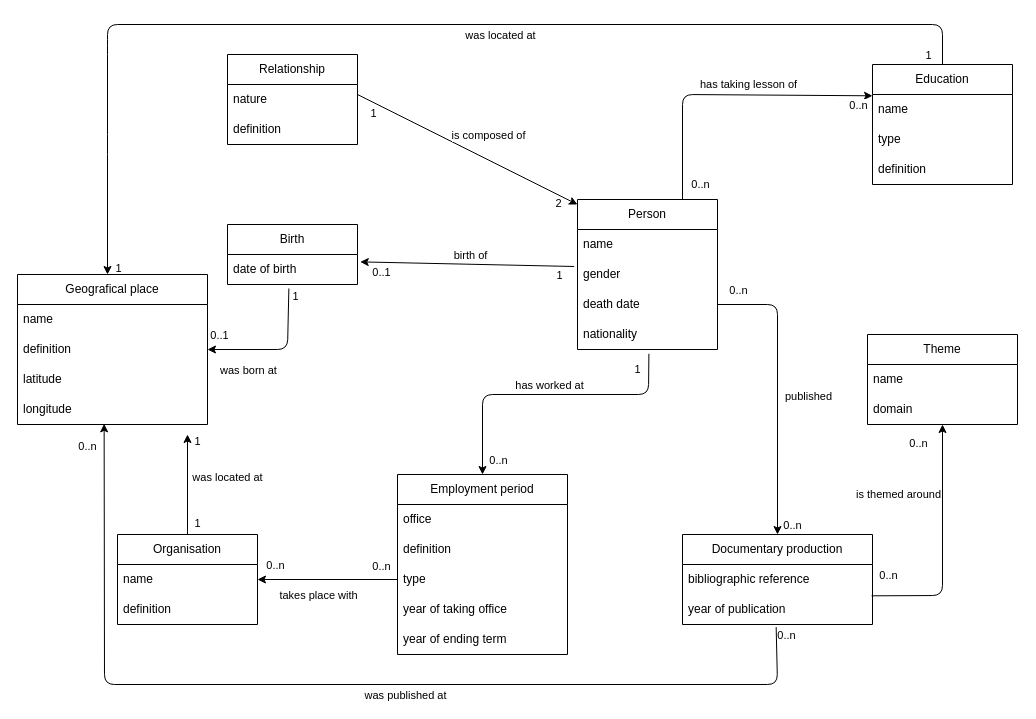
This is archivist.drawio from mroylem/archivist, a draw.io file, before an edit. Source tidied: cells renumbered, new cells numbered last; positions are measured from the earlier drawing's top-left corner, leaving out a move shared by most shapes. Both pictures are drawn from the tidied source at 100%, with x=0, y=0 at pixel (17, 24).
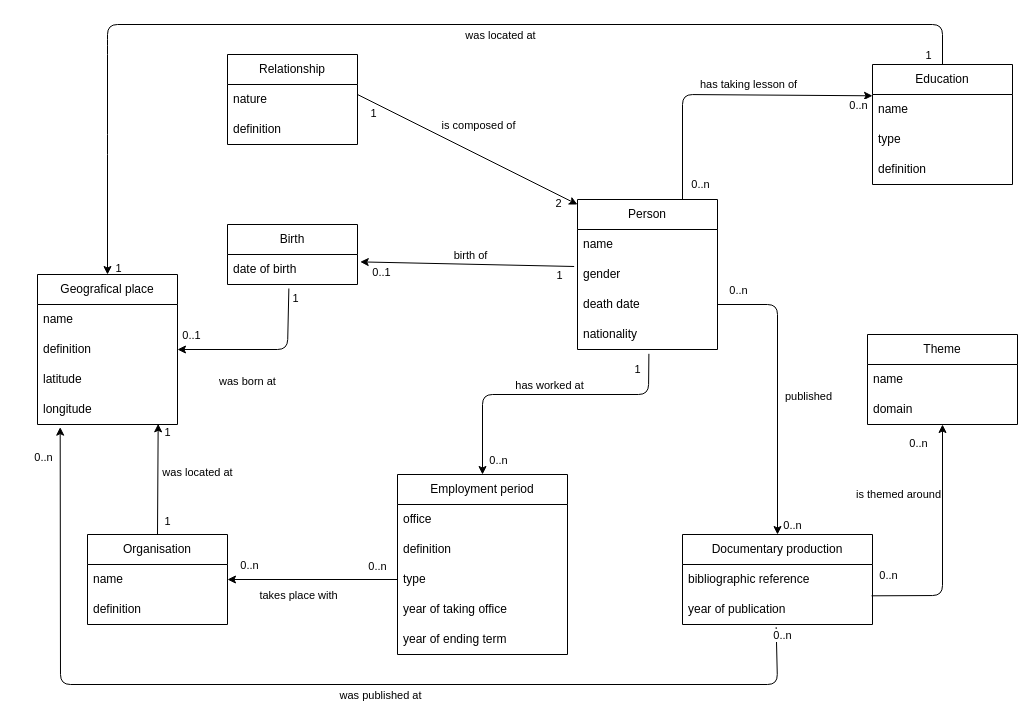
Above is the later version.

Unchanged cells that the change refers to:
```xml
<mxCell id="10" style="edgeStyle=none;html=1;exitX=1;exitY=0.5;exitDx=0;exitDy=0;entryX=0;entryY=0;entryDx=0;entryDy=0;" parent="1" edge="1">
  <mxGeometry relative="1" as="geometry">
    <mxPoint x="340" y="70" as="sourcePoint" />
    <mxPoint x="560" y="180" as="targetPoint" />
  </mxGeometry>
</mxCell>
<mxCell id="38" value="year of publication" style="text;strokeColor=none;fillColor=none;align=left;verticalAlign=middle;spacingLeft=4;spacingRight=4;overflow=hidden;points=[[0,0.5],[1,0.5]];portConstraint=eastwest;whiteSpace=wrap;html=1;" parent="36" vertex="1">
  <mxGeometry y="60" width="190" height="30" as="geometry" />
</mxCell>
```

What changed in the source:
```diff
@@
     <mxCell id="13" value="is composed of" style="edgeLabel;html=1;align=center;verticalAlign=middle;rotation=0;" parent="10" vertex="1">
       <mxGeometry x="-0.15" y="1" relative="1" as="geometry">
-        <mxPoint x="36" y="-6" as="offset" />
+        <mxPoint x="26" y="-16" as="offset" />
       </mxGeometry>
     </mxCell>
@@
     <mxCell id="43" value="Geografical place" style="swimlane;fontStyle=0;horizontal=1;startSize=30;whiteSpace=wrap;html=1;" parent="1" vertex="1">
-      <mxGeometry y="250" width="190" height="150" as="geometry" />
+      <mxGeometry x="20" y="250" width="140" height="150" as="geometry" />
     </mxCell>
     <mxCell id="44" value="name" style="text;strokeColor=none;fillColor=none;align=left;verticalAlign=middle;spacingLeft=4;spacingRight=4;overflow=hidden;whiteSpace=wrap;html=1;" parent="43" vertex="1">
-      <mxGeometry y="30" width="190" height="30" as="geometry" />
+      <mxGeometry y="30" width="140" height="30" as="geometry" />
     </mxCell>
     <mxCell id="45" value="definition" style="text;strokeColor=none;fillColor=none;align=left;verticalAlign=middle;spacingLeft=4;spacingRight=4;overflow=hidden;points=[[0,0.5],[1,0.5]];portConstraint=eastwest;whiteSpace=wrap;html=1;" parent="43" vertex="1">
-      <mxGeometry y="60" width="190" height="30" as="geometry" />
+      <mxGeometry y="60" width="140" height="30" as="geometry" />
     </mxCell>
     <mxCell id="46" value="latitude" style="text;strokeColor=none;fillColor=none;align=left;verticalAlign=middle;spacingLeft=4;spacingRight=4;overflow=hidden;whiteSpace=wrap;html=1;" parent="43" vertex="1">
-      <mxGeometry y="90" width="190" height="30" as="geometry" />
+      <mxGeometry y="90" width="140" height="30" as="geometry" />
     </mxCell>
     <mxCell id="47" value="longitude" style="text;strokeColor=none;fillColor=none;align=left;verticalAlign=middle;spacingLeft=4;spacingRight=4;overflow=hidden;points=[[0,0.5],[1,0.5]];portConstraint=eastwest;whiteSpace=wrap;html=1;" parent="43" vertex="1">
-      <mxGeometry y="120" width="190" height="30" as="geometry" />
+      <mxGeometry y="120" width="140" height="30" as="geometry" />
     </mxCell>
@@
-    <mxCell id="61" style="endArrow=classic;html=1;entryX=0.456;entryY=0.978;entryDx=0;entryDy=0;entryPerimeter=0;exitX=0.493;exitY=1.089;exitDx=0;exitDy=0;exitPerimeter=0;" parent="1" edge="1" source="38" target="47">
+    <mxCell id="61" style="endArrow=classic;html=1;exitX=0.493;exitY=1.089;exitDx=0;exitDy=0;exitPerimeter=0;entryX=0.162;entryY=1.089;entryDx=0;entryDy=0;entryPerimeter=0;" parent="1" edge="1" source="38" target="47">
       <mxGeometry relative="1" as="geometry">
         <Array as="points">
           <mxPoint x="760" y="660" />
-          <mxPoint x="87" y="660" />
+          <mxPoint x="43" y="660" />
         </Array>
       </mxGeometry>
     </mxCell>
@@
-    <mxCell id="65" style="edgeStyle=none;html=1;exitX=0.5;exitY=0;exitDx=0;exitDy=0;" parent="1" edge="1" source="69">
-      <mxGeometry relative="1" as="geometry">
-        <mxPoint x="170" y="410" as="targetPoint" />
-      </mxGeometry>
+    <mxCell id="65" style="edgeStyle=none;html=1;exitX=0.5;exitY=0;exitDx=0;exitDy=0;entryX=0.862;entryY=0.978;entryDx=0;entryDy=0;entryPerimeter=0;" parent="1" edge="1" source="69" target="47">
+      <mxGeometry relative="1" as="geometry" />
     </mxCell>
@@
     <mxCell id="69" value="Organisation" style="swimlane;fontStyle=0;horizontal=1;startSize=30;whiteSpace=wrap;html=1;" parent="1" vertex="1">
-      <mxGeometry x="100" y="510" width="140" height="90" as="geometry" />
+      <mxGeometry x="70" y="510" width="140" height="90" as="geometry" />
     </mxCell>
```
